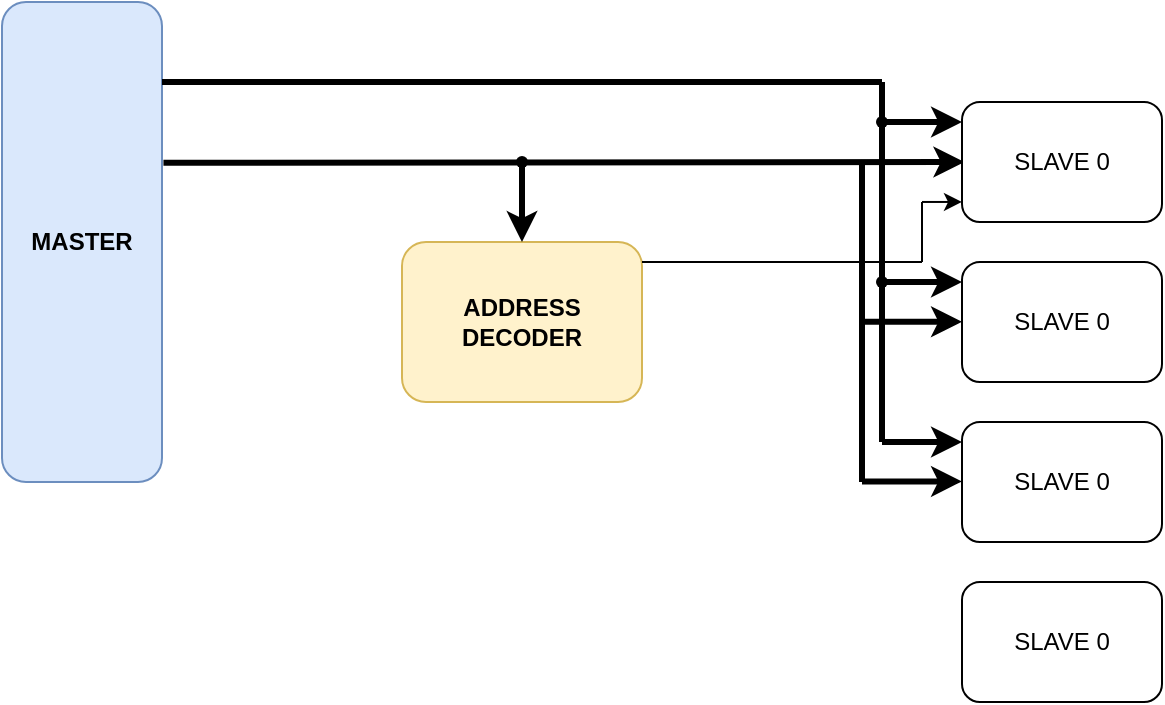
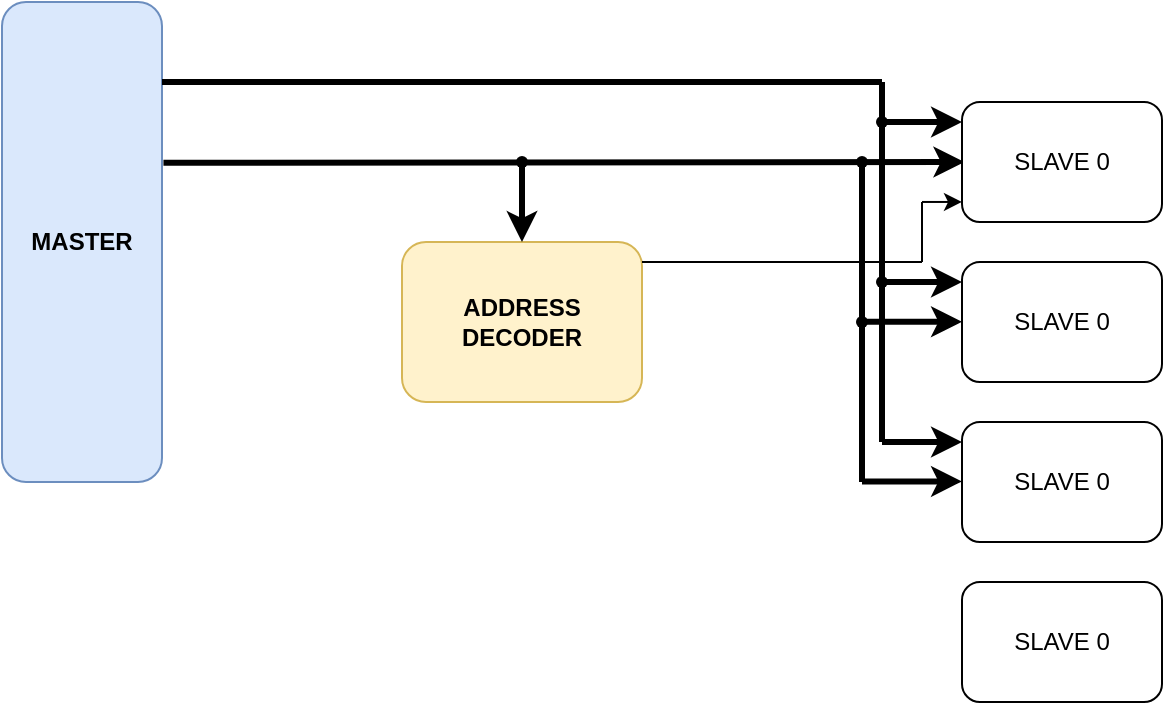
<mxfile host="app.diagrams.net" agent="Mozilla/5.0 (Windows NT 10.0; Win64; x64) AppleWebKit/537.36 (KHTML, like Gecko) Chrome/144.0.0.0 Safari/537.36 Edg/144.0.0.0" pages="4">
  <diagram id="00dOMP4ly3Yvcw6Omt_P" name="AHB Block Diagram">
    <mxGraphModel dx="212" dy="307" grid="1" gridSize="10" guides="1" tooltips="1" connect="1" arrows="1" fold="1" page="1" pageScale="1" pageWidth="850" pageHeight="1100" math="0" shadow="0">
      <root>
        <mxCell id="0" />
        <mxCell id="1" parent="0" />
        <mxCell id="WVtcaOnAu4kVJNJomXHp-1" parent="1" style="rounded=1;whiteSpace=wrap;html=1;fillColor=#dae8fc;strokeColor=#6c8ebf;" value="&lt;b&gt;MASTER&lt;/b&gt;" vertex="1">
          <mxGeometry height="240" width="80" x="80" y="160" as="geometry" />
        </mxCell>
        <mxCell id="WVtcaOnAu4kVJNJomXHp-3" parent="1" style="rounded=1;whiteSpace=wrap;html=1;fillColor=#fff2cc;strokeColor=#d6b656;" value="&lt;b&gt;ADDRESS DECODER&lt;/b&gt;" vertex="1">
          <mxGeometry height="80" width="120" x="280" y="280" as="geometry" />
        </mxCell>
        <mxCell id="WVtcaOnAu4kVJNJomXHp-4" edge="1" parent="1" source="WVtcaOnAu4kVJNJomXHp-1" style="endArrow=classic;html=1;rounded=0;exitX=1.009;exitY=0.335;exitDx=0;exitDy=0;exitPerimeter=0;strokeWidth=3;" value="">
          <mxGeometry height="50" relative="1" width="50" as="geometry">
            <mxPoint x="170" y="240" as="sourcePoint" />
            <mxPoint x="561.2" y="240" as="targetPoint" />
          </mxGeometry>
        </mxCell>
        <mxCell id="WVtcaOnAu4kVJNJomXHp-5" edge="1" parent="1" source="WVtcaOnAu4kVJNJomXHp-6" style="endArrow=classic;html=1;rounded=0;entryX=0.5;entryY=0;entryDx=0;entryDy=0;strokeWidth=3;" target="WVtcaOnAu4kVJNJomXHp-3" value="">
          <mxGeometry height="50" relative="1" width="50" as="geometry">
            <mxPoint x="340" y="240" as="sourcePoint" />
            <mxPoint x="390" y="190" as="targetPoint" />
          </mxGeometry>
        </mxCell>
        <mxCell id="WVtcaOnAu4kVJNJomXHp-6" parent="1" style="shape=waypoint;sketch=0;fillStyle=solid;size=6;pointerEvents=1;points=[];fillColor=none;resizable=0;rotatable=0;perimeter=centerPerimeter;snapToPoint=1;" value="" vertex="1">
          <mxGeometry height="20" width="20" x="330" y="230" as="geometry" />
        </mxCell>
        <mxCell id="WVtcaOnAu4kVJNJomXHp-7" parent="1" style="rounded=1;whiteSpace=wrap;html=1;" value="SLAVE 0" vertex="1">
          <mxGeometry height="60" width="100" x="560" y="210" as="geometry" />
        </mxCell>
        <mxCell id="WVtcaOnAu4kVJNJomXHp-8" parent="1" style="rounded=1;whiteSpace=wrap;html=1;" value="SLAVE 0" vertex="1">
          <mxGeometry height="60" width="100" x="560" y="290" as="geometry" />
        </mxCell>
        <mxCell id="WVtcaOnAu4kVJNJomXHp-9" parent="1" style="rounded=1;whiteSpace=wrap;html=1;" value="SLAVE 0" vertex="1">
          <mxGeometry height="60" width="100" x="560" y="370" as="geometry" />
        </mxCell>
        <mxCell id="WVtcaOnAu4kVJNJomXHp-10" parent="1" style="rounded=1;whiteSpace=wrap;html=1;" value="SLAVE 0" vertex="1">
          <mxGeometry height="60" width="100" x="560" y="450" as="geometry" />
        </mxCell>
        <mxCell id="WVtcaOnAu4kVJNJomXHp-11" edge="1" parent="1" source="WVtcaOnAu4kVJNJomXHp-3" style="endArrow=none;html=1;rounded=0;exitX=1;exitY=0.125;exitDx=0;exitDy=0;exitPerimeter=0;" value="">
          <mxGeometry height="50" relative="1" width="50" as="geometry">
            <mxPoint x="410" y="290" as="sourcePoint" />
            <mxPoint x="540" y="290" as="targetPoint" />
          </mxGeometry>
        </mxCell>
        <mxCell id="WVtcaOnAu4kVJNJomXHp-12" edge="1" parent="1" style="endArrow=none;html=1;rounded=0;" value="">
          <mxGeometry height="50" relative="1" width="50" as="geometry">
            <mxPoint x="540" y="290" as="sourcePoint" />
            <mxPoint x="540" y="260" as="targetPoint" />
          </mxGeometry>
        </mxCell>
        <mxCell id="WVtcaOnAu4kVJNJomXHp-13" edge="1" parent="1" style="endArrow=classic;html=1;rounded=0;entryX=0;entryY=0.833;entryDx=0;entryDy=0;entryPerimeter=0;" target="WVtcaOnAu4kVJNJomXHp-7" value="">
          <mxGeometry height="50" relative="1" width="50" as="geometry">
            <mxPoint x="540" y="259.98" as="sourcePoint" />
            <mxPoint x="540" y="260" as="targetPoint" />
          </mxGeometry>
        </mxCell>
        <mxCell id="WVtcaOnAu4kVJNJomXHp-18" edge="1" parent="1" style="endArrow=none;html=1;rounded=0;strokeWidth=3;" value="">
          <mxGeometry height="50" relative="1" width="50" as="geometry">
            <mxPoint x="160" y="200" as="sourcePoint" />
            <mxPoint x="520" y="200" as="targetPoint" />
          </mxGeometry>
        </mxCell>
        <mxCell id="WVtcaOnAu4kVJNJomXHp-19" edge="1" parent="1" source="WVtcaOnAu4kVJNJomXHp-25" style="endArrow=none;html=1;rounded=0;strokeWidth=3;" value="">
          <mxGeometry height="50" relative="1" width="50" as="geometry">
            <mxPoint x="520" y="380" as="sourcePoint" />
            <mxPoint x="520" y="200" as="targetPoint" />
          </mxGeometry>
        </mxCell>
        <mxCell id="WVtcaOnAu4kVJNJomXHp-20" edge="1" parent="1" style="endArrow=classic;html=1;rounded=0;entryX=0;entryY=0.167;entryDx=0;entryDy=0;entryPerimeter=0;strokeWidth=3;" target="WVtcaOnAu4kVJNJomXHp-7" value="">
          <mxGeometry height="50" relative="1" width="50" as="geometry">
            <mxPoint x="520" y="220" as="sourcePoint" />
            <mxPoint x="570" y="170" as="targetPoint" />
          </mxGeometry>
        </mxCell>
        <mxCell id="WVtcaOnAu4kVJNJomXHp-22" edge="1" parent="1" style="endArrow=classic;html=1;rounded=0;entryX=0;entryY=0.167;entryDx=0;entryDy=0;entryPerimeter=0;strokeWidth=3;" value="">
          <mxGeometry height="50" relative="1" width="50" as="geometry">
            <mxPoint x="520" y="300" as="sourcePoint" />
            <mxPoint x="560" y="300" as="targetPoint" />
          </mxGeometry>
        </mxCell>
        <mxCell id="WVtcaOnAu4kVJNJomXHp-23" parent="1" style="shape=waypoint;sketch=0;fillStyle=solid;size=6;pointerEvents=1;points=[];fillColor=none;resizable=0;rotatable=0;perimeter=centerPerimeter;snapToPoint=1;" value="" vertex="1">
          <mxGeometry height="20" width="20" x="510" y="210" as="geometry" />
        </mxCell>
        <mxCell id="WVtcaOnAu4kVJNJomXHp-24" edge="1" parent="1" style="endArrow=classic;html=1;rounded=0;entryX=0;entryY=0.167;entryDx=0;entryDy=0;entryPerimeter=0;strokeWidth=3;" value="">
          <mxGeometry height="50" relative="1" width="50" as="geometry">
            <mxPoint x="520" y="380" as="sourcePoint" />
            <mxPoint x="560" y="380" as="targetPoint" />
          </mxGeometry>
        </mxCell>
        <mxCell id="WVtcaOnAu4kVJNJomXHp-26" edge="1" parent="1" style="endArrow=none;html=1;rounded=0;strokeWidth=3;" target="WVtcaOnAu4kVJNJomXHp-25" value="">
          <mxGeometry height="50" relative="1" width="50" as="geometry">
            <mxPoint x="520" y="380" as="sourcePoint" />
            <mxPoint x="520" y="200" as="targetPoint" />
          </mxGeometry>
        </mxCell>
        <mxCell id="WVtcaOnAu4kVJNJomXHp-25" parent="1" style="shape=waypoint;sketch=0;fillStyle=solid;size=6;pointerEvents=1;points=[];fillColor=none;resizable=0;rotatable=0;perimeter=centerPerimeter;snapToPoint=1;" value="" vertex="1">
          <mxGeometry height="20" width="20" x="510" y="290" as="geometry" />
        </mxCell>
-         <mxCell id="WVtcaOnAu4kVJNJomXHp-27" edge="1" parent="1" style="endArrow=none;html=1;rounded=0;strokeWidth=3;" value="">
+         <mxCell id="WVtcaOnAu4kVJNJomXHp-27" edge="1" parent="1" style="endArrow=none;html=1;rounded=0;strokeWidth=3;" target="WVtcaOnAu4kVJNJomXHp-30" value="">
          <mxGeometry height="50" relative="1" width="50" as="geometry">
            <mxPoint x="510" y="400" as="sourcePoint" />
            <mxPoint x="510" y="240" as="targetPoint" />
          </mxGeometry>
        </mxCell>
        <mxCell id="WVtcaOnAu4kVJNJomXHp-28" edge="1" parent="1" style="endArrow=classic;html=1;rounded=0;entryX=0;entryY=0.167;entryDx=0;entryDy=0;entryPerimeter=0;strokeWidth=3;" value="">
          <mxGeometry height="50" relative="1" width="50" as="geometry">
            <mxPoint x="510" y="399.72" as="sourcePoint" />
            <mxPoint x="560" y="399.72" as="targetPoint" />
          </mxGeometry>
        </mxCell>
        <mxCell id="WVtcaOnAu4kVJNJomXHp-29" edge="1" parent="1" style="endArrow=classic;html=1;rounded=0;entryX=0;entryY=0.167;entryDx=0;entryDy=0;entryPerimeter=0;strokeWidth=3;" value="">
          <mxGeometry height="50" relative="1" width="50" as="geometry">
            <mxPoint x="510" y="319.86" as="sourcePoint" />
            <mxPoint x="560" y="319.86" as="targetPoint" />
          </mxGeometry>
+         </mxCell>
+         <mxCell id="WVtcaOnAu4kVJNJomXHp-30" parent="1" style="shape=waypoint;sketch=0;fillStyle=solid;size=6;pointerEvents=1;points=[];fillColor=none;resizable=0;rotatable=0;perimeter=centerPerimeter;snapToPoint=1;" value="" vertex="1">
+           <mxGeometry height="20" width="20" x="500.0000000000001" y="230" as="geometry" />
+         </mxCell>
+         <mxCell id="WVtcaOnAu4kVJNJomXHp-31" parent="1" style="shape=waypoint;sketch=0;fillStyle=solid;size=6;pointerEvents=1;points=[];fillColor=none;resizable=0;rotatable=0;perimeter=centerPerimeter;snapToPoint=1;" value="" vertex="1">
+           <mxGeometry height="20" width="20" x="500" y="310" as="geometry" />
        </mxCell>
      </root>
    </mxGraphModel>
  </diagram>
  <diagram name="AHB Interface" id="AxdGKtdG9Rmgfqjtrl1U">
    <mxGraphModel dx="2046" dy="1106" grid="1" gridSize="10" guides="1" tooltips="1" connect="1" arrows="1" fold="1" page="1" pageScale="1" pageWidth="850" pageHeight="1100" math="0" shadow="0">
      <root>
        <mxCell id="0" />
        <mxCell id="1" parent="0" />
        <mxCell id="BZ9neWvH9tw47nREzwFn-1" parent="1" style="rounded=0;whiteSpace=wrap;html=1;" value="&lt;font style=&quot;font-size: 16px;&quot;&gt;&lt;b&gt;Manager&lt;/b&gt;&lt;/font&gt;" vertex="1">
          <mxGeometry height="200" width="120" x="400" y="80" as="geometry" />
        </mxCell>
        <mxCell id="BZ9neWvH9tw47nREzwFn-2" edge="1" parent="1" style="endArrow=classic;html=1;rounded=0;" value="">
          <mxGeometry height="50" relative="1" width="50" as="geometry">
            <mxPoint x="360" y="100" as="sourcePoint" />
            <mxPoint x="400" y="100" as="targetPoint" />
          </mxGeometry>
        </mxCell>
        <mxCell id="BZ9neWvH9tw47nREzwFn-3" edge="1" parent="1" style="endArrow=classic;html=1;rounded=0;" value="">
          <mxGeometry height="50" relative="1" width="50" as="geometry">
            <mxPoint x="360" y="120" as="sourcePoint" />
            <mxPoint x="400" y="120" as="targetPoint" />
          </mxGeometry>
        </mxCell>
        <mxCell id="BZ9neWvH9tw47nREzwFn-4" parent="1" style="text;html=1;whiteSpace=wrap;strokeColor=none;fillColor=none;align=center;verticalAlign=middle;rounded=0;fontStyle=1" value="HCLK" vertex="1">
          <mxGeometry height="20" width="40" x="320" y="90" as="geometry" />
        </mxCell>
        <mxCell id="BZ9neWvH9tw47nREzwFn-5" parent="1" style="text;html=1;whiteSpace=wrap;strokeColor=none;fillColor=none;align=center;verticalAlign=middle;rounded=0;fontStyle=1" value="HRESETn" vertex="1">
          <mxGeometry height="20" width="60" x="300" y="110" as="geometry" />
        </mxCell>
        <mxCell id="BZ9neWvH9tw47nREzwFn-6" parent="1" style="text;html=1;whiteSpace=wrap;strokeColor=none;fillColor=none;align=center;verticalAlign=middle;rounded=0;fontStyle=1" value="HREADY" vertex="1">
          <mxGeometry height="20" width="60" x="300" y="150" as="geometry" />
        </mxCell>
        <mxCell id="BZ9neWvH9tw47nREzwFn-7" edge="1" parent="1" style="endArrow=classic;html=1;rounded=0;" value="">
          <mxGeometry height="50" relative="1" width="50" as="geometry">
            <mxPoint x="360" y="160" as="sourcePoint" />
            <mxPoint x="400" y="160" as="targetPoint" />
          </mxGeometry>
        </mxCell>
        <mxCell id="BZ9neWvH9tw47nREzwFn-8" edge="1" parent="1" style="endArrow=classic;html=1;rounded=0;" value="">
          <mxGeometry height="50" relative="1" width="50" as="geometry">
            <mxPoint x="360" y="180" as="sourcePoint" />
            <mxPoint x="400" y="180" as="targetPoint" />
          </mxGeometry>
        </mxCell>
        <mxCell id="BZ9neWvH9tw47nREzwFn-9" parent="1" style="text;html=1;whiteSpace=wrap;strokeColor=none;fillColor=none;align=center;verticalAlign=middle;rounded=0;fontStyle=1" value="HSELx" vertex="1">
          <mxGeometry height="20" width="60" x="310" y="430" as="geometry" />
        </mxCell>
        <mxCell id="BZ9neWvH9tw47nREzwFn-10" edge="1" parent="1" style="endArrow=classic;html=1;rounded=0;" value="">
          <mxGeometry height="50" relative="1" width="50" as="geometry">
            <mxPoint x="360" y="260" as="sourcePoint" />
            <mxPoint x="400" y="260" as="targetPoint" />
          </mxGeometry>
        </mxCell>
        <mxCell id="BZ9neWvH9tw47nREzwFn-11" parent="1" style="text;html=1;whiteSpace=wrap;strokeColor=none;fillColor=none;align=center;verticalAlign=middle;rounded=0;fontStyle=1" value="HRDATA[31:0]" vertex="1">
          <mxGeometry height="20" width="90" x="270" y="250" as="geometry" />
        </mxCell>
        <mxCell id="BZ9neWvH9tw47nREzwFn-12" edge="1" parent="1" style="endArrow=classic;html=1;rounded=0;" value="">
          <mxGeometry height="50" relative="1" width="50" as="geometry">
            <mxPoint x="520" y="99.83" as="sourcePoint" />
            <mxPoint x="560" y="99.83" as="targetPoint" />
          </mxGeometry>
        </mxCell>
        <mxCell id="BZ9neWvH9tw47nREzwFn-13" edge="1" parent="1" style="endArrow=classic;html=1;rounded=0;" value="">
          <mxGeometry height="50" relative="1" width="50" as="geometry">
            <mxPoint x="520" y="119.83" as="sourcePoint" />
            <mxPoint x="560" y="119.83" as="targetPoint" />
          </mxGeometry>
        </mxCell>
        <mxCell id="BZ9neWvH9tw47nREzwFn-14" edge="1" parent="1" style="endArrow=classic;html=1;rounded=0;" value="">
          <mxGeometry height="50" relative="1" width="50" as="geometry">
            <mxPoint x="520" y="159.83" as="sourcePoint" />
            <mxPoint x="560" y="159.83" as="targetPoint" />
          </mxGeometry>
        </mxCell>
        <mxCell id="BZ9neWvH9tw47nREzwFn-15" edge="1" parent="1" style="endArrow=classic;html=1;rounded=0;" value="">
          <mxGeometry height="50" relative="1" width="50" as="geometry">
            <mxPoint x="520" y="140" as="sourcePoint" />
            <mxPoint x="560" y="140" as="targetPoint" />
          </mxGeometry>
        </mxCell>
        <mxCell id="BZ9neWvH9tw47nREzwFn-16" edge="1" parent="1" style="endArrow=classic;html=1;rounded=0;" value="">
          <mxGeometry height="50" relative="1" width="50" as="geometry">
            <mxPoint x="520" y="179.83" as="sourcePoint" />
            <mxPoint x="560" y="179.83" as="targetPoint" />
          </mxGeometry>
        </mxCell>
        <mxCell id="BZ9neWvH9tw47nREzwFn-17" edge="1" parent="1" style="endArrow=classic;html=1;rounded=0;" value="">
          <mxGeometry height="50" relative="1" width="50" as="geometry">
            <mxPoint x="520" y="200" as="sourcePoint" />
            <mxPoint x="560" y="200" as="targetPoint" />
          </mxGeometry>
        </mxCell>
        <mxCell id="BZ9neWvH9tw47nREzwFn-18" parent="1" style="text;html=1;whiteSpace=wrap;strokeColor=none;fillColor=none;align=center;verticalAlign=middle;rounded=0;fontStyle=1" value="HADDR[31:0]" vertex="1">
          <mxGeometry height="20" width="80" x="560" y="90" as="geometry" />
        </mxCell>
        <mxCell id="BZ9neWvH9tw47nREzwFn-19" parent="1" style="text;html=1;whiteSpace=wrap;strokeColor=none;fillColor=none;align=center;verticalAlign=middle;rounded=0;fontStyle=1" value="HWRITE" vertex="1">
          <mxGeometry height="20" width="60" x="560" y="110" as="geometry" />
        </mxCell>
        <mxCell id="BZ9neWvH9tw47nREzwFn-20" parent="1" style="text;html=1;whiteSpace=wrap;strokeColor=none;fillColor=none;align=center;verticalAlign=middle;rounded=0;fontStyle=1" value="HSIZE[2:0]" vertex="1">
          <mxGeometry height="20" width="70" x="560" y="130" as="geometry" />
        </mxCell>
        <mxCell id="BZ9neWvH9tw47nREzwFn-21" parent="1" style="text;html=1;whiteSpace=wrap;strokeColor=none;fillColor=none;align=center;verticalAlign=middle;rounded=0;fontStyle=1" value="HBURST[2:0]" vertex="1">
          <mxGeometry height="20" width="80" x="560" y="150" as="geometry" />
        </mxCell>
        <mxCell id="BZ9neWvH9tw47nREzwFn-22" parent="1" style="text;html=1;whiteSpace=wrap;strokeColor=none;fillColor=none;align=center;verticalAlign=middle;rounded=0;fontStyle=1" value="HPROT[3:0]" vertex="1">
          <mxGeometry height="20" width="80" x="560" y="170" as="geometry" />
        </mxCell>
        <mxCell id="BZ9neWvH9tw47nREzwFn-23" parent="1" style="text;html=1;whiteSpace=wrap;strokeColor=none;fillColor=none;align=center;verticalAlign=middle;rounded=0;fontStyle=1" value="HTRANS[1:0]" vertex="1">
          <mxGeometry height="20" width="80" x="560" y="190" as="geometry" />
        </mxCell>
        <mxCell id="BZ9neWvH9tw47nREzwFn-24" edge="1" parent="1" style="endArrow=classic;html=1;rounded=0;" value="">
          <mxGeometry height="50" relative="1" width="50" as="geometry">
            <mxPoint x="520" y="220" as="sourcePoint" />
            <mxPoint x="560" y="220" as="targetPoint" />
          </mxGeometry>
        </mxCell>
        <mxCell id="BZ9neWvH9tw47nREzwFn-25" parent="1" style="text;html=1;whiteSpace=wrap;strokeColor=none;fillColor=none;align=center;verticalAlign=middle;rounded=0;fontStyle=1" value="HMASTLOCK" vertex="1">
          <mxGeometry height="20" width="80" x="560" y="210" as="geometry" />
        </mxCell>
        <mxCell id="BZ9neWvH9tw47nREzwFn-26" edge="1" parent="1" style="endArrow=classic;html=1;rounded=0;" value="">
          <mxGeometry height="50" relative="1" width="50" as="geometry">
            <mxPoint x="520" y="259.8" as="sourcePoint" />
            <mxPoint x="560" y="259.8" as="targetPoint" />
          </mxGeometry>
        </mxCell>
        <mxCell id="BZ9neWvH9tw47nREzwFn-30" parent="1" style="text;html=1;whiteSpace=wrap;strokeColor=none;fillColor=none;align=center;verticalAlign=middle;rounded=0;fontStyle=1" value="HWDATA[31:0]" vertex="1">
          <mxGeometry height="20" width="95" x="555" y="250" as="geometry" />
        </mxCell>
        <mxCell id="BZ9neWvH9tw47nREzwFn-31" parent="1" style="rounded=0;whiteSpace=wrap;html=1;" value="&lt;font style=&quot;font-size: 16px;&quot;&gt;&lt;b&gt;Slave&lt;/b&gt;&lt;/font&gt;" vertex="1">
          <mxGeometry height="320" width="120" x="400" y="360" as="geometry" />
        </mxCell>
        <mxCell id="BZ9neWvH9tw47nREzwFn-32" edge="1" parent="1" style="endArrow=classic;html=1;rounded=0;" value="">
          <mxGeometry height="50" relative="1" width="50" as="geometry">
            <mxPoint x="360" y="489.83" as="sourcePoint" />
            <mxPoint x="400" y="489.83" as="targetPoint" />
          </mxGeometry>
        </mxCell>
        <mxCell id="BZ9neWvH9tw47nREzwFn-33" edge="1" parent="1" style="endArrow=classic;html=1;rounded=0;" value="">
          <mxGeometry height="50" relative="1" width="50" as="geometry">
            <mxPoint x="360" y="509.83" as="sourcePoint" />
            <mxPoint x="400" y="509.83" as="targetPoint" />
          </mxGeometry>
        </mxCell>
        <mxCell id="BZ9neWvH9tw47nREzwFn-34" edge="1" parent="1" style="endArrow=classic;html=1;rounded=0;" value="">
          <mxGeometry height="50" relative="1" width="50" as="geometry">
            <mxPoint x="360" y="549.83" as="sourcePoint" />
            <mxPoint x="400" y="549.83" as="targetPoint" />
          </mxGeometry>
        </mxCell>
        <mxCell id="BZ9neWvH9tw47nREzwFn-35" edge="1" parent="1" style="endArrow=classic;html=1;rounded=0;" value="">
          <mxGeometry height="50" relative="1" width="50" as="geometry">
            <mxPoint x="360" y="530" as="sourcePoint" />
            <mxPoint x="400" y="530" as="targetPoint" />
          </mxGeometry>
        </mxCell>
        <mxCell id="BZ9neWvH9tw47nREzwFn-36" edge="1" parent="1" style="endArrow=classic;html=1;rounded=0;" value="">
          <mxGeometry height="50" relative="1" width="50" as="geometry">
            <mxPoint x="360" y="569.83" as="sourcePoint" />
            <mxPoint x="400" y="569.83" as="targetPoint" />
          </mxGeometry>
        </mxCell>
        <mxCell id="BZ9neWvH9tw47nREzwFn-37" edge="1" parent="1" style="endArrow=classic;html=1;rounded=0;" value="">
          <mxGeometry height="50" relative="1" width="50" as="geometry">
            <mxPoint x="360" y="590" as="sourcePoint" />
            <mxPoint x="400" y="590" as="targetPoint" />
          </mxGeometry>
        </mxCell>
        <mxCell id="BZ9neWvH9tw47nREzwFn-38" parent="1" style="text;html=1;whiteSpace=wrap;strokeColor=none;fillColor=none;align=center;verticalAlign=middle;rounded=0;fontStyle=1" value="HADDR[31:0]" vertex="1">
          <mxGeometry height="20" width="80" x="275" y="480" as="geometry" />
        </mxCell>
        <mxCell id="BZ9neWvH9tw47nREzwFn-39" parent="1" style="text;html=1;whiteSpace=wrap;strokeColor=none;fillColor=none;align=center;verticalAlign=middle;rounded=0;fontStyle=1" value="HWRITE" vertex="1">
          <mxGeometry height="20" width="60" x="275" y="500" as="geometry" />
        </mxCell>
        <mxCell id="BZ9neWvH9tw47nREzwFn-40" parent="1" style="text;html=1;whiteSpace=wrap;strokeColor=none;fillColor=none;align=center;verticalAlign=middle;rounded=0;fontStyle=1" value="HSIZE[2:0]" vertex="1">
          <mxGeometry height="20" width="70" x="275" y="520" as="geometry" />
        </mxCell>
        <mxCell id="BZ9neWvH9tw47nREzwFn-41" parent="1" style="text;html=1;whiteSpace=wrap;strokeColor=none;fillColor=none;align=center;verticalAlign=middle;rounded=0;fontStyle=1" value="HBURST[2:0]" vertex="1">
          <mxGeometry height="20" width="80" x="275" y="540" as="geometry" />
        </mxCell>
        <mxCell id="BZ9neWvH9tw47nREzwFn-42" parent="1" style="text;html=1;whiteSpace=wrap;strokeColor=none;fillColor=none;align=center;verticalAlign=middle;rounded=0;fontStyle=1" value="HPROT[3:0]" vertex="1">
          <mxGeometry height="20" width="80" x="275" y="560" as="geometry" />
        </mxCell>
        <mxCell id="BZ9neWvH9tw47nREzwFn-43" parent="1" style="text;html=1;whiteSpace=wrap;strokeColor=none;fillColor=none;align=center;verticalAlign=middle;rounded=0;fontStyle=1" value="HTRANS[1:0]" vertex="1">
          <mxGeometry height="20" width="80" x="275" y="580" as="geometry" />
        </mxCell>
        <mxCell id="BZ9neWvH9tw47nREzwFn-44" edge="1" parent="1" style="endArrow=classic;html=1;rounded=0;" value="">
          <mxGeometry height="50" relative="1" width="50" as="geometry">
            <mxPoint x="360" y="610" as="sourcePoint" />
            <mxPoint x="400" y="610" as="targetPoint" />
          </mxGeometry>
        </mxCell>
        <mxCell id="BZ9neWvH9tw47nREzwFn-45" parent="1" style="text;html=1;whiteSpace=wrap;strokeColor=none;fillColor=none;align=center;verticalAlign=middle;rounded=0;fontStyle=1" value="HMASTLOCK" vertex="1">
          <mxGeometry height="20" width="80" x="275" y="600" as="geometry" />
        </mxCell>
        <mxCell id="BZ9neWvH9tw47nREzwFn-46" edge="1" parent="1" style="endArrow=classic;html=1;rounded=0;" value="">
          <mxGeometry height="50" relative="1" width="50" as="geometry">
            <mxPoint x="360" y="649.8" as="sourcePoint" />
            <mxPoint x="400" y="649.8" as="targetPoint" />
          </mxGeometry>
        </mxCell>
        <mxCell id="BZ9neWvH9tw47nREzwFn-47" parent="1" style="text;html=1;whiteSpace=wrap;strokeColor=none;fillColor=none;align=center;verticalAlign=middle;rounded=0;fontStyle=1" value="HWDATA[31:0]" vertex="1">
          <mxGeometry height="20" width="95" x="270" y="640" as="geometry" />
        </mxCell>
        <mxCell id="BZ9neWvH9tw47nREzwFn-49" edge="1" parent="1" style="endArrow=classic;html=1;rounded=0;" value="">
          <mxGeometry height="50" relative="1" width="50" as="geometry">
            <mxPoint x="360" y="380" as="sourcePoint" />
            <mxPoint x="400" y="380" as="targetPoint" />
          </mxGeometry>
        </mxCell>
        <mxCell id="BZ9neWvH9tw47nREzwFn-50" edge="1" parent="1" style="endArrow=classic;html=1;rounded=0;" value="">
          <mxGeometry height="50" relative="1" width="50" as="geometry">
            <mxPoint x="360" y="400" as="sourcePoint" />
            <mxPoint x="400" y="400" as="targetPoint" />
          </mxGeometry>
        </mxCell>
        <mxCell id="BZ9neWvH9tw47nREzwFn-51" edge="1" parent="1" style="endArrow=classic;html=1;rounded=0;" value="">
          <mxGeometry height="50" relative="1" width="50" as="geometry">
            <mxPoint x="360" y="440" as="sourcePoint" />
            <mxPoint x="400" y="440" as="targetPoint" />
          </mxGeometry>
        </mxCell>
        <mxCell id="BZ9neWvH9tw47nREzwFn-52" parent="1" style="text;html=1;whiteSpace=wrap;strokeColor=none;fillColor=none;align=center;verticalAlign=middle;rounded=0;fontStyle=1" value="HCLK" vertex="1">
          <mxGeometry height="20" width="40" x="320" y="370" as="geometry" />
        </mxCell>
        <mxCell id="BZ9neWvH9tw47nREzwFn-53" parent="1" style="text;html=1;whiteSpace=wrap;strokeColor=none;fillColor=none;align=center;verticalAlign=middle;rounded=0;fontStyle=1" value="HRESETn" vertex="1">
          <mxGeometry height="20" width="60" x="300" y="390" as="geometry" />
        </mxCell>
        <mxCell id="BZ9neWvH9tw47nREzwFn-54" parent="1" style="shape=curlyBracket;whiteSpace=wrap;html=1;rounded=1;labelPosition=left;verticalLabelPosition=middle;align=right;verticalAlign=middle;" value="" vertex="1">
          <mxGeometry height="35" width="20" x="230" y="90" as="geometry" />
        </mxCell>
        <mxCell id="BZ9neWvH9tw47nREzwFn-55" parent="1" style="text;html=1;whiteSpace=wrap;strokeColor=none;fillColor=none;align=center;verticalAlign=middle;rounded=0;fontStyle=1" value="HRESP" vertex="1">
          <mxGeometry height="20" width="60" x="300" y="170" as="geometry" />
        </mxCell>
        <mxCell id="BZ9neWvH9tw47nREzwFn-56" parent="1" style="shape=curlyBracket;whiteSpace=wrap;html=1;rounded=1;labelPosition=left;verticalLabelPosition=middle;align=right;verticalAlign=middle;" value="" vertex="1">
          <mxGeometry height="140" width="20" x="230" y="480" as="geometry" />
        </mxCell>
        <mxCell id="BZ9neWvH9tw47nREzwFn-57" parent="1" style="shape=curlyBracket;whiteSpace=wrap;html=1;rounded=1;labelPosition=left;verticalLabelPosition=middle;align=right;verticalAlign=middle;rotation=-180;" value="" vertex="1">
          <mxGeometry height="135" width="20" x="650" y="90" as="geometry" />
        </mxCell>
        <mxCell id="BZ9neWvH9tw47nREzwFn-58" parent="1" style="text;html=1;whiteSpace=wrap;strokeColor=none;fillColor=none;align=center;verticalAlign=middle;rounded=0;fontStyle=1" value="&lt;span style=&quot;font-weight: normal;&quot;&gt;Global signals&lt;/span&gt;" vertex="1">
          <mxGeometry height="20" width="90" x="140" y="97.5" as="geometry" />
        </mxCell>
        <mxCell id="BZ9neWvH9tw47nREzwFn-59" parent="1" style="text;html=1;whiteSpace=wrap;strokeColor=none;fillColor=none;align=center;verticalAlign=middle;rounded=0;fontStyle=1" value="&lt;span style=&quot;font-weight: normal;&quot;&gt;Transfer response&lt;/span&gt;" vertex="1">
          <mxGeometry height="20" width="60" x="170" y="157.5" as="geometry" />
        </mxCell>
        <mxCell id="BZ9neWvH9tw47nREzwFn-60" parent="1" style="text;html=1;whiteSpace=wrap;strokeColor=none;fillColor=none;align=center;verticalAlign=middle;rounded=0;fontStyle=1" value="&lt;span style=&quot;font-weight: normal;&quot;&gt;Data&lt;/span&gt;" vertex="1">
          <mxGeometry height="20" width="60" x="170" y="250" as="geometry" />
        </mxCell>
        <mxCell id="BZ9neWvH9tw47nREzwFn-61" parent="1" style="text;html=1;whiteSpace=wrap;strokeColor=none;fillColor=none;align=center;verticalAlign=middle;rounded=0;fontStyle=1" value="&lt;span style=&quot;font-weight: normal;&quot;&gt;Address and control signals&lt;/span&gt;" vertex="1">
          <mxGeometry height="37.5" width="90" x="670" y="140" as="geometry" />
        </mxCell>
        <mxCell id="BZ9neWvH9tw47nREzwFn-62" parent="1" style="shape=curlyBracket;whiteSpace=wrap;html=1;rounded=1;labelPosition=left;verticalLabelPosition=middle;align=right;verticalAlign=middle;" value="" vertex="1">
          <mxGeometry height="35" width="20" x="230" y="150" as="geometry" />
        </mxCell>
        <mxCell id="BZ9neWvH9tw47nREzwFn-63" parent="1" style="text;html=1;whiteSpace=wrap;strokeColor=none;fillColor=none;align=center;verticalAlign=middle;rounded=0;fontStyle=1" value="&lt;span style=&quot;font-weight: normal;&quot;&gt;Address and control signals&lt;/span&gt;" vertex="1">
          <mxGeometry height="37.5" width="90" x="140" y="531" as="geometry" />
        </mxCell>
        <mxCell id="BZ9neWvH9tw47nREzwFn-64" parent="1" style="shape=curlyBracket;whiteSpace=wrap;html=1;rounded=1;labelPosition=left;verticalLabelPosition=middle;align=right;verticalAlign=middle;" value="" vertex="1">
          <mxGeometry height="35" width="20" x="230" y="375" as="geometry" />
        </mxCell>
        <mxCell id="BZ9neWvH9tw47nREzwFn-65" parent="1" style="text;html=1;whiteSpace=wrap;strokeColor=none;fillColor=none;align=center;verticalAlign=middle;rounded=0;fontStyle=1" value="&lt;span style=&quot;font-weight: normal;&quot;&gt;Global signals&lt;/span&gt;" vertex="1">
          <mxGeometry height="20" width="90" x="140" y="382.5" as="geometry" />
        </mxCell>
        <mxCell id="BZ9neWvH9tw47nREzwFn-66" parent="1" style="text;html=1;whiteSpace=wrap;strokeColor=none;fillColor=none;align=center;verticalAlign=middle;rounded=0;fontStyle=1" value="&lt;span style=&quot;font-weight: normal;&quot;&gt;Data&lt;/span&gt;" vertex="1">
          <mxGeometry height="20" width="60" x="670" y="250" as="geometry" />
        </mxCell>
        <mxCell id="BZ9neWvH9tw47nREzwFn-67" edge="1" parent="1" style="endArrow=classic;html=1;rounded=0;" value="">
          <mxGeometry height="50" relative="1" width="50" as="geometry">
            <mxPoint x="520" y="490" as="sourcePoint" />
            <mxPoint x="560" y="490" as="targetPoint" />
          </mxGeometry>
        </mxCell>
        <mxCell id="BZ9neWvH9tw47nREzwFn-68" edge="1" parent="1" style="endArrow=classic;html=1;rounded=0;" value="">
          <mxGeometry height="50" relative="1" width="50" as="geometry">
            <mxPoint x="520" y="510" as="sourcePoint" />
            <mxPoint x="560" y="510" as="targetPoint" />
          </mxGeometry>
        </mxCell>
        <mxCell id="BZ9neWvH9tw47nREzwFn-69" parent="1" style="text;html=1;whiteSpace=wrap;strokeColor=none;fillColor=none;align=center;verticalAlign=middle;rounded=0;fontStyle=1" value="HREADY" vertex="1">
          <mxGeometry height="20" width="60" x="560" y="480" as="geometry" />
        </mxCell>
        <mxCell id="BZ9neWvH9tw47nREzwFn-70" parent="1" style="text;html=1;whiteSpace=wrap;strokeColor=none;fillColor=none;align=center;verticalAlign=middle;rounded=0;fontStyle=1" value="HRESP" vertex="1">
          <mxGeometry height="20" width="60" x="560" y="500" as="geometry" />
        </mxCell>
        <mxCell id="BZ9neWvH9tw47nREzwFn-71" edge="1" parent="1" style="endArrow=classic;html=1;rounded=0;" value="">
          <mxGeometry height="50" relative="1" width="50" as="geometry">
            <mxPoint x="520" y="649.6600000000001" as="sourcePoint" />
            <mxPoint x="560" y="649.6600000000001" as="targetPoint" />
          </mxGeometry>
        </mxCell>
        <mxCell id="BZ9neWvH9tw47nREzwFn-72" parent="1" style="text;html=1;whiteSpace=wrap;strokeColor=none;fillColor=none;align=center;verticalAlign=middle;rounded=0;fontStyle=1" value="HRDATA[31:0]" vertex="1">
          <mxGeometry height="20" width="90" x="560" y="640" as="geometry" />
        </mxCell>
        <mxCell id="BZ9neWvH9tw47nREzwFn-73" parent="1" style="text;html=1;whiteSpace=wrap;strokeColor=none;fillColor=none;align=center;verticalAlign=middle;rounded=0;fontStyle=1" value="&lt;span style=&quot;font-weight: normal;&quot;&gt;Data&lt;/span&gt;" vertex="1">
          <mxGeometry height="20" width="60" x="155" y="640" as="geometry" />
        </mxCell>
        <mxCell id="BZ9neWvH9tw47nREzwFn-74" parent="1" style="text;html=1;whiteSpace=wrap;strokeColor=none;fillColor=none;align=center;verticalAlign=middle;rounded=0;fontStyle=1" value="&lt;span style=&quot;font-weight: normal;&quot;&gt;Data&lt;/span&gt;" vertex="1">
          <mxGeometry height="20" width="50" x="675" y="640" as="geometry" />
        </mxCell>
        <mxCell id="BZ9neWvH9tw47nREzwFn-75" parent="1" style="text;html=1;whiteSpace=wrap;strokeColor=none;fillColor=none;align=center;verticalAlign=middle;rounded=0;fontStyle=1" value="&lt;span style=&quot;font-weight: normal;&quot;&gt;Transfer response&lt;/span&gt;" vertex="1">
          <mxGeometry height="20" width="60" x="670" y="487.5" as="geometry" />
        </mxCell>
        <mxCell id="BZ9neWvH9tw47nREzwFn-76" parent="1" style="shape=curlyBracket;whiteSpace=wrap;html=1;rounded=1;labelPosition=left;verticalLabelPosition=middle;align=right;verticalAlign=middle;rotation=-180;" value="" vertex="1">
          <mxGeometry height="35" width="20" x="640" y="480" as="geometry" />
        </mxCell>
        <mxCell id="BZ9neWvH9tw47nREzwFn-77" parent="1" style="text;html=1;whiteSpace=wrap;strokeColor=none;fillColor=none;align=center;verticalAlign=middle;rounded=0;fontStyle=1" value="&lt;span style=&quot;font-weight: normal;&quot;&gt;Select signal&lt;/span&gt;" vertex="1">
          <mxGeometry height="20" width="90" x="140" y="430" as="geometry" />
        </mxCell>
      </root>
    </mxGraphModel>
  </diagram>
  <diagram id="Hd4ECfvz_bm4RMetZK8C" name="Master Interface">
    <mxGraphModel dx="764" dy="1105" grid="1" gridSize="10" guides="1" tooltips="1" connect="1" arrows="1" fold="1" page="1" pageScale="1" pageWidth="850" pageHeight="1100" math="0" shadow="0">
      <root>
        <mxCell id="0" />
        <mxCell id="1" parent="0" />
      </root>
    </mxGraphModel>
  </diagram>
  <diagram id="AYzUWjTrgIps4r00h7mQ" name="Master FSM">
    <mxGraphModel dx="437" dy="631" grid="1" gridSize="10" guides="1" tooltips="1" connect="1" arrows="1" fold="1" page="1" pageScale="1" pageWidth="850" pageHeight="1100" math="0" shadow="0">
      <root>
        <mxCell id="0" />
        <mxCell id="1" parent="0" />
        <mxCell id="gUlQ52oibdo8bB1fHUDe-6" edge="1" parent="1" source="gUlQ52oibdo8bB1fHUDe-1" style="edgeStyle=orthogonalEdgeStyle;rounded=0;orthogonalLoop=1;jettySize=auto;html=1;exitX=1;exitY=0.5;exitDx=0;exitDy=0;entryX=0;entryY=0.5;entryDx=0;entryDy=0;" target="gUlQ52oibdo8bB1fHUDe-2">
          <mxGeometry relative="1" as="geometry" />
        </mxCell>
        <mxCell id="gUlQ52oibdo8bB1fHUDe-8" edge="1" parent="1" source="gUlQ52oibdo8bB1fHUDe-1" style="edgeStyle=orthogonalEdgeStyle;rounded=0;orthogonalLoop=1;jettySize=auto;html=1;entryX=0.5;entryY=0;entryDx=0;entryDy=0;" target="gUlQ52oibdo8bB1fHUDe-5">
          <mxGeometry relative="1" as="geometry" />
        </mxCell>
        <mxCell id="gUlQ52oibdo8bB1fHUDe-1" parent="1" style="ellipse;whiteSpace=wrap;html=1;" value="IDLE" vertex="1">
          <mxGeometry height="80" width="120" x="200" y="200" as="geometry" />
        </mxCell>
        <mxCell id="gUlQ52oibdo8bB1fHUDe-7" edge="1" parent="1" source="gUlQ52oibdo8bB1fHUDe-2" style="edgeStyle=orthogonalEdgeStyle;rounded=0;orthogonalLoop=1;jettySize=auto;html=1;entryX=0.5;entryY=0;entryDx=0;entryDy=0;" target="gUlQ52oibdo8bB1fHUDe-3">
          <mxGeometry relative="1" as="geometry" />
        </mxCell>
        <mxCell id="gUlQ52oibdo8bB1fHUDe-2" parent="1" style="ellipse;whiteSpace=wrap;html=1;" value="WR_ADDR_PHASE" vertex="1">
          <mxGeometry height="80" width="120" x="440" y="200" as="geometry" />
        </mxCell>
        <mxCell id="gUlQ52oibdo8bB1fHUDe-10" edge="1" parent="1" source="gUlQ52oibdo8bB1fHUDe-3" style="edgeStyle=orthogonalEdgeStyle;rounded=0;orthogonalLoop=1;jettySize=auto;html=1;entryX=0.5;entryY=0;entryDx=0;entryDy=0;" target="gUlQ52oibdo8bB1fHUDe-9">
          <mxGeometry relative="1" as="geometry" />
        </mxCell>
        <mxCell id="8WBKzOnGMAMBHIHuB8Qa-4" edge="1" parent="1" source="gUlQ52oibdo8bB1fHUDe-3" style="edgeStyle=orthogonalEdgeStyle;rounded=0;orthogonalLoop=1;jettySize=auto;html=1;entryX=1;entryY=0.5;entryDx=0;entryDy=0;" target="gUlQ52oibdo8bB1fHUDe-5">
          <mxGeometry relative="1" as="geometry" />
        </mxCell>
        <mxCell id="gUlQ52oibdo8bB1fHUDe-3" parent="1" style="ellipse;whiteSpace=wrap;html=1;" value="WR_DATA_PHASE" vertex="1">
          <mxGeometry height="80" width="120" x="440" y="360" as="geometry" />
        </mxCell>
        <mxCell id="gUlQ52oibdo8bB1fHUDe-11" edge="1" parent="1" source="gUlQ52oibdo8bB1fHUDe-4" style="edgeStyle=orthogonalEdgeStyle;rounded=0;orthogonalLoop=1;jettySize=auto;html=1;entryX=0;entryY=0.5;entryDx=0;entryDy=0;" target="gUlQ52oibdo8bB1fHUDe-9">
          <mxGeometry relative="1" as="geometry" />
        </mxCell>
        <mxCell id="8WBKzOnGMAMBHIHuB8Qa-6" edge="1" parent="1" source="gUlQ52oibdo8bB1fHUDe-4" style="edgeStyle=orthogonalEdgeStyle;rounded=0;orthogonalLoop=1;jettySize=auto;html=1;exitX=0;exitY=0.5;exitDx=0;exitDy=0;entryX=0;entryY=0.5;entryDx=0;entryDy=0;" target="gUlQ52oibdo8bB1fHUDe-1">
          <mxGeometry relative="1" as="geometry">
            <Array as="points">
              <mxPoint x="160.03" y="560.03" />
              <mxPoint x="160.03" y="240.03" />
            </Array>
          </mxGeometry>
        </mxCell>
        <mxCell id="gUlQ52oibdo8bB1fHUDe-4" parent="1" style="ellipse;whiteSpace=wrap;html=1;" value="RD_DATA_PHASE" vertex="1">
          <mxGeometry height="80" width="120" x="200" y="520" as="geometry" />
        </mxCell>
        <mxCell id="8WBKzOnGMAMBHIHuB8Qa-3" edge="1" parent="1" source="gUlQ52oibdo8bB1fHUDe-5" style="edgeStyle=orthogonalEdgeStyle;rounded=0;orthogonalLoop=1;jettySize=auto;html=1;" target="gUlQ52oibdo8bB1fHUDe-4" value="">
          <mxGeometry relative="1" as="geometry" />
        </mxCell>
        <mxCell id="gUlQ52oibdo8bB1fHUDe-5" parent="1" style="ellipse;whiteSpace=wrap;html=1;" value="RD_ADDR_PHASE" vertex="1">
          <mxGeometry height="80" width="120" x="200" y="360" as="geometry" />
        </mxCell>
        <mxCell id="gUlQ52oibdo8bB1fHUDe-9" parent="1" style="ellipse;whiteSpace=wrap;html=1;" value="WAIT_STATE" vertex="1">
          <mxGeometry height="80" width="120" x="440" y="520" as="geometry" />
        </mxCell>
        <mxCell id="8WBKzOnGMAMBHIHuB8Qa-1" edge="1" parent="1" source="gUlQ52oibdo8bB1fHUDe-5" style="endArrow=classic;html=1;rounded=0;entryX=0;entryY=0;entryDx=0;entryDy=0;exitX=1;exitY=1;exitDx=0;exitDy=0;" target="gUlQ52oibdo8bB1fHUDe-9" value="">
          <mxGeometry height="50" relative="1" width="50" as="geometry">
            <mxPoint x="350" y="490" as="sourcePoint" />
            <mxPoint x="400" y="440" as="targetPoint" />
          </mxGeometry>
        </mxCell>
        <mxCell id="8WBKzOnGMAMBHIHuB8Qa-5" edge="1" parent="1" source="gUlQ52oibdo8bB1fHUDe-3" style="endArrow=classic;html=1;rounded=0;exitX=0;exitY=0;exitDx=0;exitDy=0;entryX=1;entryY=1;entryDx=0;entryDy=0;" target="gUlQ52oibdo8bB1fHUDe-1" value="">
          <mxGeometry height="50" relative="1" width="50" as="geometry">
            <mxPoint x="370" y="340" as="sourcePoint" />
            <mxPoint x="420" y="290" as="targetPoint" />
          </mxGeometry>
        </mxCell>
      </root>
    </mxGraphModel>
  </diagram>
</mxfile>
